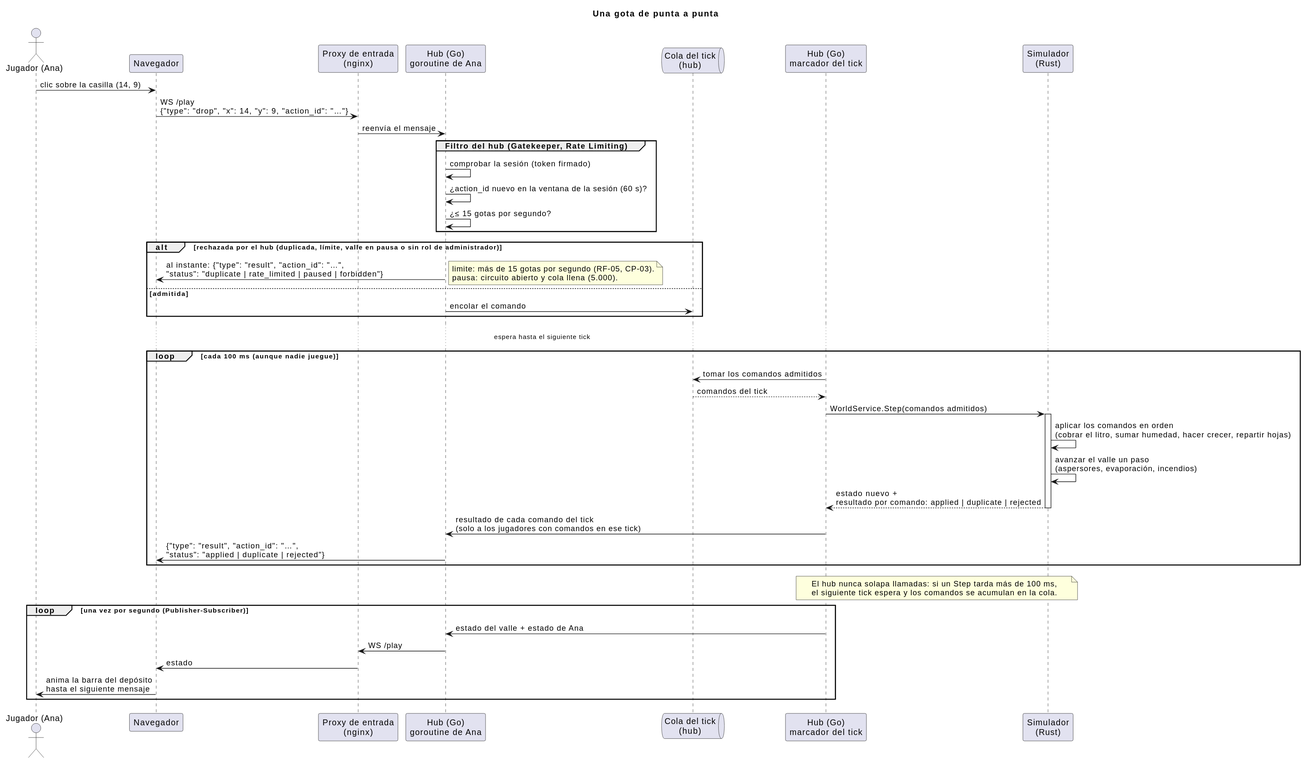
Above: docs/diagrams/03-secuencia-gota.svg in iadev2005/hydrovalley (PlantUML), before the change.
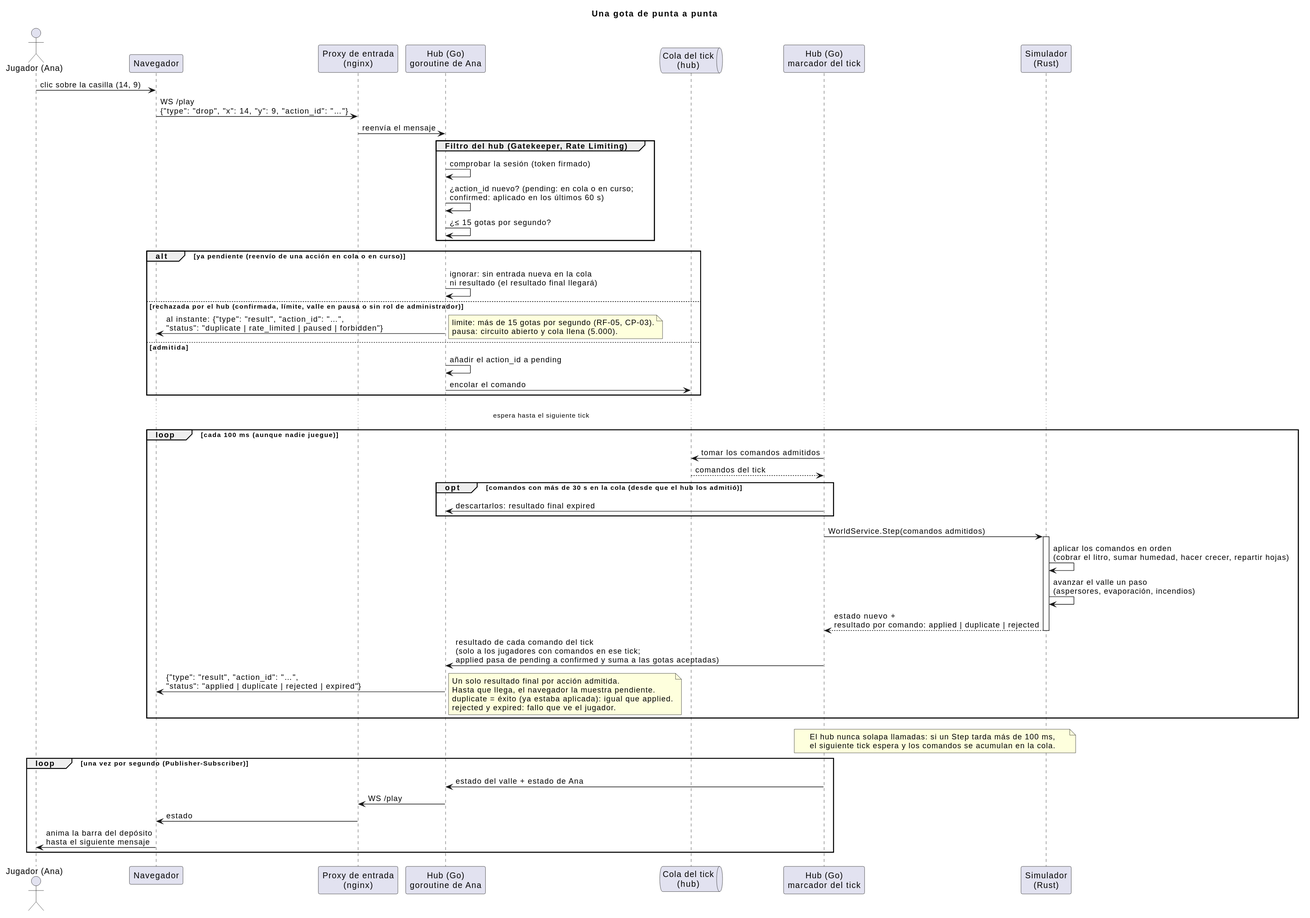
After the change.

Diff of the diagram source:
```diff
@@ -15,17 +15,20 @@
 
 group Filtro del hub (Gatekeeper, Rate Limiting)
   Goroutine -> Goroutine : comprobar la sesión (token firmado)
-  Goroutine -> Goroutine : ¿action_id nuevo en la ventana de la sesión (60 s)?
+  Goroutine -> Goroutine : ¿action_id nuevo? (pending: en cola o en curso;\nconfirmed: aplicado en los últimos 60 s)
   Goroutine -> Goroutine : ¿≤ 15 gotas por segundo?
 end
 
-alt rechazada por el hub (duplicada, límite, valle en pausa o sin rol de administrador)
+alt ya pendiente (reenvío de una acción en cola o en curso)
+  Goroutine -> Goroutine : ignorar: sin entrada nueva en la cola\nni resultado (el resultado final llegará)
+else rechazada por el hub (confirmada, límite, valle en pausa o sin rol de administrador)
   Goroutine -> Browser : al instante: {"type": "result", "action_id": "…",\n"status": "duplicate | rate_limited | paused | forbidden"}
   note right
     limite: más de 15 gotas por segundo (RF-05, CP-03).
     pausa: circuito abierto y cola llena (5.000).
   end note
 else admitida
+  Goroutine -> Goroutine : añadir el action_id a pending
   Goroutine -> Queue : encolar el comando
 end
 
@@ -34,14 +37,23 @@
 loop cada 100 ms (aunque nadie juegue)
   Ticker -> Queue : tomar los comandos admitidos
   Queue --> Ticker : comandos del tick
+  opt comandos con más de 30 s en la cola (desde que el hub los admitió)
+    Ticker -> Goroutine : descartarlos: resultado final expired
+  end
   Ticker -> World : WorldService.Step(comandos admitidos)
   activate World
   World -> World : aplicar los comandos en orden\n(cobrar el litro, sumar humedad, hacer crecer, repartir hojas)
   World -> World : avanzar el valle un paso\n(aspersores, evaporación, incendios)
   World --> Ticker : estado nuevo +\nresultado por comando: applied | duplicate | rejected
   deactivate World
-  Ticker -> Goroutine : resultado de cada comando del tick\n(solo a los jugadores con comandos en ese tick)
-  Goroutine -> Browser : {"type": "result", "action_id": "…",\n"status": "applied | duplicate | rejected"}
+  Ticker -> Goroutine : resultado de cada comando del tick\n(solo a los jugadores con comandos en ese tick;\napplied pasa de pending a confirmed y suma a las gotas aceptadas)
+  Goroutine -> Browser : {"type": "result", "action_id": "…",\n"status": "applied | duplicate | rejected | expired"}
+  note right
+    Un solo resultado final por acción admitida.
+    Hasta que llega, el navegador la muestra pendiente.
+    duplicate = éxito (ya estaba aplicada): igual que applied.
+    rejected y expired: fallo que ve el jugador.
+  end note
 end
 
 note over Ticker, World
```
